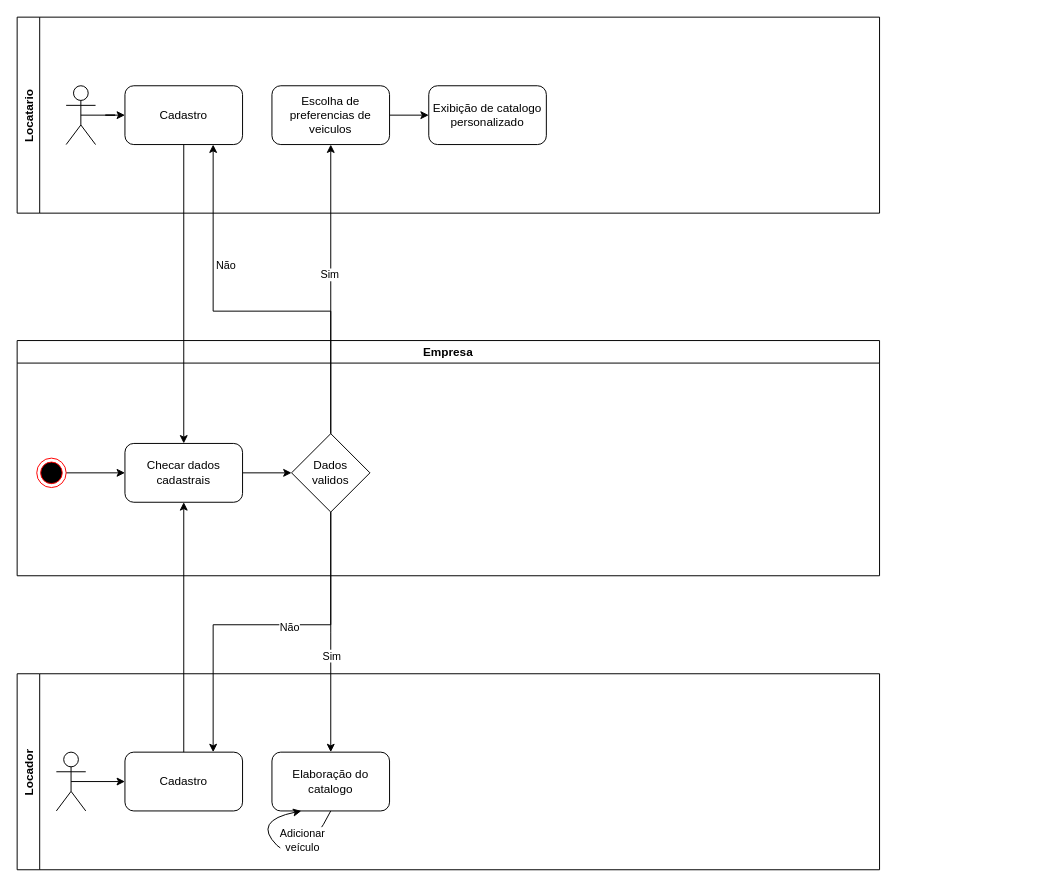
This is Untitled Diagram.drawio from patrickm97/Auto-Rent, a draw.io file, before an edit. Source tidied: cells renumbered, new cells numbered last; positions are measured from the earlier drawing's top-left corner, leaving out a move shared by most shapes. Both pictures are drawn from the tidied source at 98%, with x=0, y=0 at pixel (17, 17).
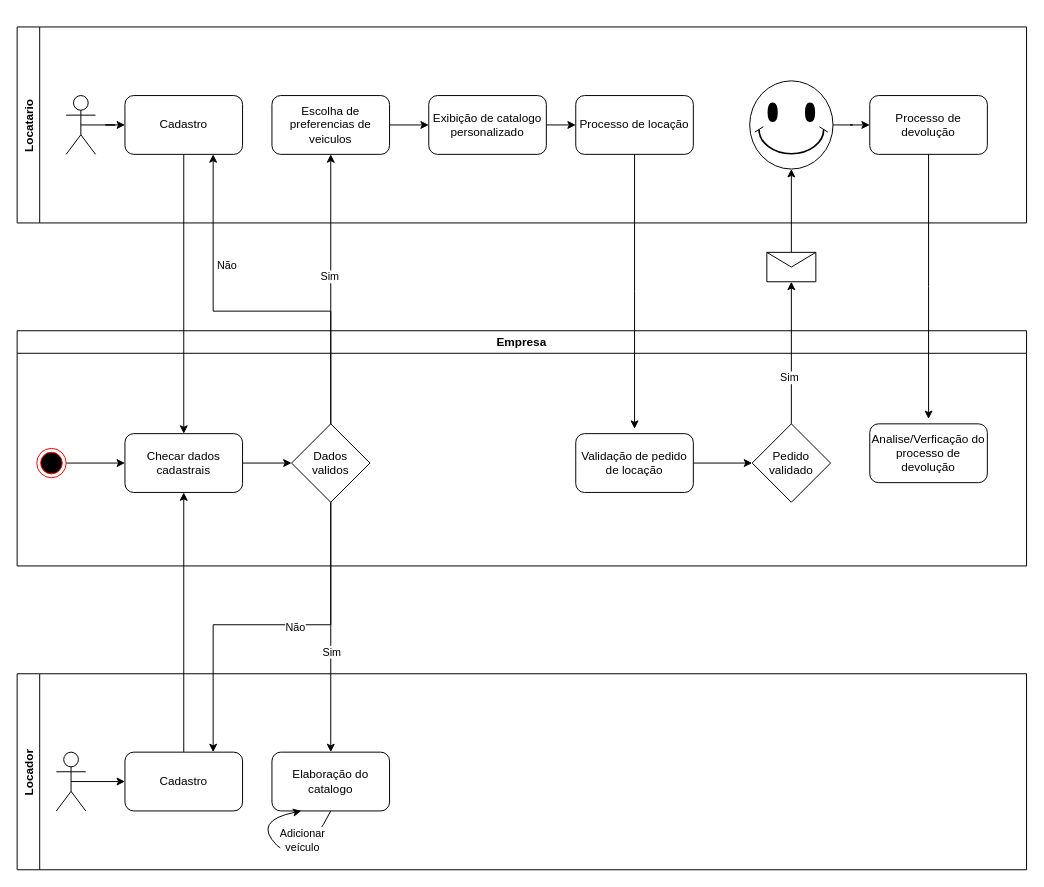
The same diagram, later.

The change refers to these unchanged cells:
```xml
<mxCell id="8" value="Exibição de catalogo personalizado" style="rounded=1;whiteSpace=wrap;html=1;" parent="2" vertex="1">
  <mxGeometry x="420" y="70" width="120" height="60" as="geometry" />
</mxCell>
```

What changed in the source:
```diff
@@
     <mxCell id="2" value="Locatario" style="swimlane;horizontal=0;" parent="1" vertex="1">
-      <mxGeometry width="880" height="200" as="geometry" />
+      <mxGeometry y="10" width="1030" height="200" as="geometry" />
     </mxCell>
@@
+    <mxCell id="32" style="edgeStyle=orthogonalEdgeStyle;rounded=0;jettySize=auto;html=1;entryX=0;entryY=0.5;entryDx=0;entryDy=0;" parent="2" edge="1" source="8">
+      <mxGeometry relative="1" as="geometry">
+        <mxPoint x="570" y="100" as="targetPoint" />
+      </mxGeometry>
+    </mxCell>
@@
+    <mxCell id="33" value="Processo de locação" style="rounded=1;whiteSpace=wrap;html=1;" parent="2" vertex="1">
+      <mxGeometry x="570" y="70" width="120" height="60" as="geometry" />
+    </mxCell>
+    <mxCell id="34" value="Processo de devolução" style="rounded=1;whiteSpace=wrap;html=1;" parent="2" vertex="1">
+      <mxGeometry x="870" y="70" width="120" height="60" as="geometry" />
+    </mxCell>
+    <mxCell id="35" style="edgeStyle=orthogonalEdgeStyle;rounded=0;jettySize=auto;html=1;entryX=0;entryY=0.5;entryDx=0;entryDy=0;" parent="2" edge="1" source="36" target="34">
+      <mxGeometry relative="1" as="geometry" />
+    </mxCell>
+    <mxCell id="36" style="verticalLabelPosition=bottom;verticalAlign=top;html=1;shape=mxgraph.basic.smiley;gradientColor=#ffffff;" parent="2" vertex="1">
+      <mxGeometry x="747.5" y="55" width="85" height="90" as="geometry" />
+    </mxCell>
     <mxCell id="9" value="Locador" style="swimlane;horizontal=0;direction=east;" parent="1" vertex="1">
-      <mxGeometry y="670" width="880" height="200" as="geometry" />
+      <mxGeometry y="670" width="1030" height="200" as="geometry" />
     </mxCell>
@@
     <mxCell id="16" value="Empresa" style="swimlane;" parent="1" vertex="1">
-      <mxGeometry y="330" width="880" height="240" as="geometry" />
+      <mxGeometry y="320" width="1030" height="240" as="geometry" />
     </mxCell>
@@
+    <mxCell id="37" style="edgeStyle=orthogonalEdgeStyle;rounded=0;jettySize=auto;html=1;entryX=0;entryY=0.5;entryDx=0;entryDy=0;" parent="16" edge="1" source="38" target="39">
+      <mxGeometry relative="1" as="geometry" />
+    </mxCell>
+    <mxCell id="38" value="Validação de pedido de locação" style="rounded=1;whiteSpace=wrap;html=1;" parent="16" vertex="1">
+      <mxGeometry x="570" y="105" width="120" height="60" as="geometry" />
+    </mxCell>
+    <mxCell id="39" value="Pedido&lt;br&gt;validado" style="rhombus;whiteSpace=wrap;html=1;" parent="16" vertex="1">
+      <mxGeometry x="750" y="95" width="80" height="80" as="geometry" />
+    </mxCell>
+    <mxCell id="40" value="Analise/Verficação do processo de devolução" style="rounded=1;whiteSpace=wrap;html=1;gradientColor=#ffffff;" parent="16" vertex="1">
+      <mxGeometry x="870" y="95" width="120" height="60" as="geometry" />
+    </mxCell>
@@
+    <mxCell id="41" style="edgeStyle=orthogonalEdgeStyle;rounded=0;jettySize=auto;html=1;" parent="1" edge="1" source="33">
+      <mxGeometry relative="1" as="geometry">
+        <mxPoint x="630" y="420" as="targetPoint" />
+      </mxGeometry>
+    </mxCell>
+    <mxCell id="42" style="edgeStyle=orthogonalEdgeStyle;rounded=0;jettySize=auto;html=1;entryX=0.5;entryY=1;entryDx=0;entryDy=0;" parent="1" edge="1" source="39" target="45">
+      <mxGeometry relative="1" as="geometry" />
+    </mxCell>
+    <mxCell id="43" value="Sim" style="edgeLabel;html=1;align=center;verticalAlign=middle;" parent="42" vertex="1">
+      <mxGeometry x="-0.34" y="3" relative="1" as="geometry" />
+    </mxCell>
+    <mxCell id="44" style="edgeStyle=orthogonalEdgeStyle;rounded=0;jettySize=auto;html=1;entryX=0.5;entryY=1;entryDx=0;entryDy=0;entryPerimeter=0;" parent="1" edge="1" source="45" target="36">
+      <mxGeometry relative="1" as="geometry" />
+    </mxCell>
+    <mxCell id="45" style="shape=message;html=1;whiteSpace=wrap;html=1;outlineConnect=0;gradientColor=#ffffff;" parent="1" vertex="1">
+      <mxGeometry x="765" y="240" width="50" height="30" as="geometry" />
+    </mxCell>
+    <mxCell id="46" style="edgeStyle=orthogonalEdgeStyle;rounded=0;jettySize=auto;html=1;" parent="1" edge="1" source="34">
+      <mxGeometry relative="1" as="geometry">
+        <mxPoint x="930" y="410" as="targetPoint" />
+      </mxGeometry>
+    </mxCell>
```
